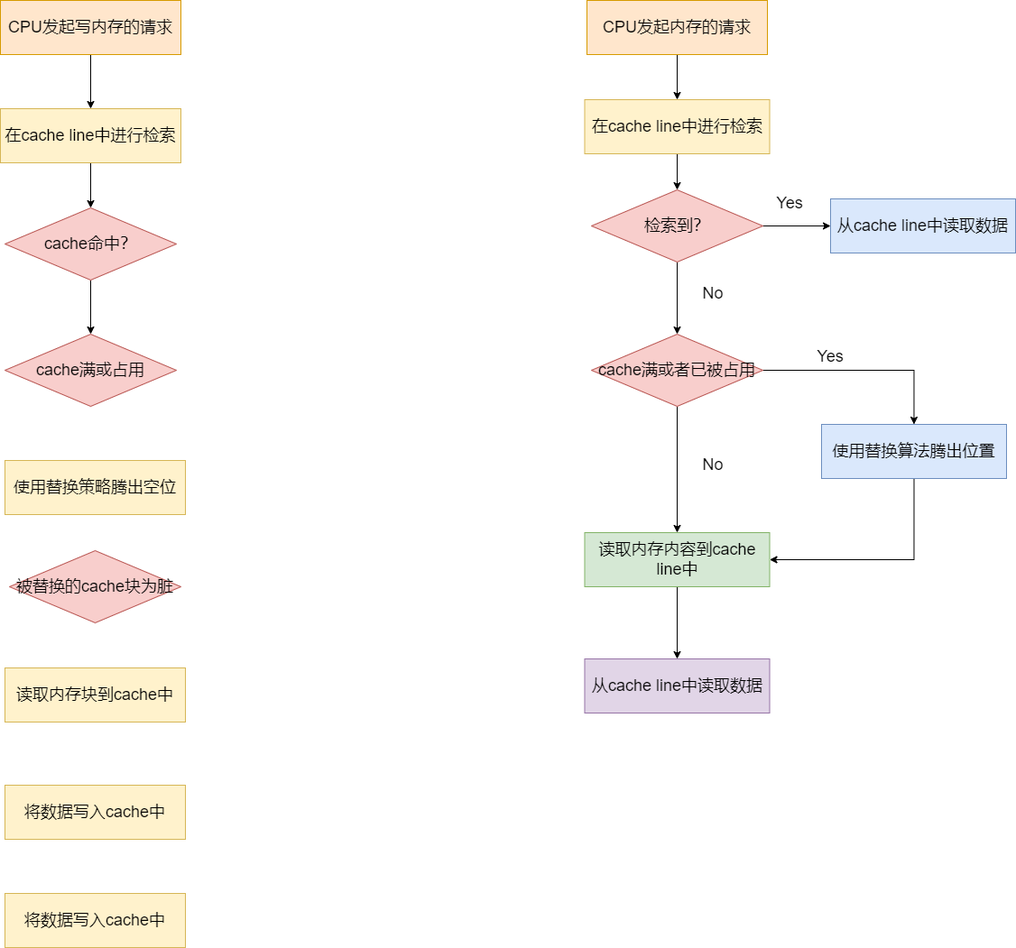
zgjsxx/static-img-repo keeps this draw.io diagram as blog/Linux/application-dev/CPU-cache-mesi/single_cpu_write_back.png. Above is the earlier version. Source tidied: cells renumbered, new cells last; positions are measured from the earlier drawing's top-left corner, leaving out a move shared by most shapes.
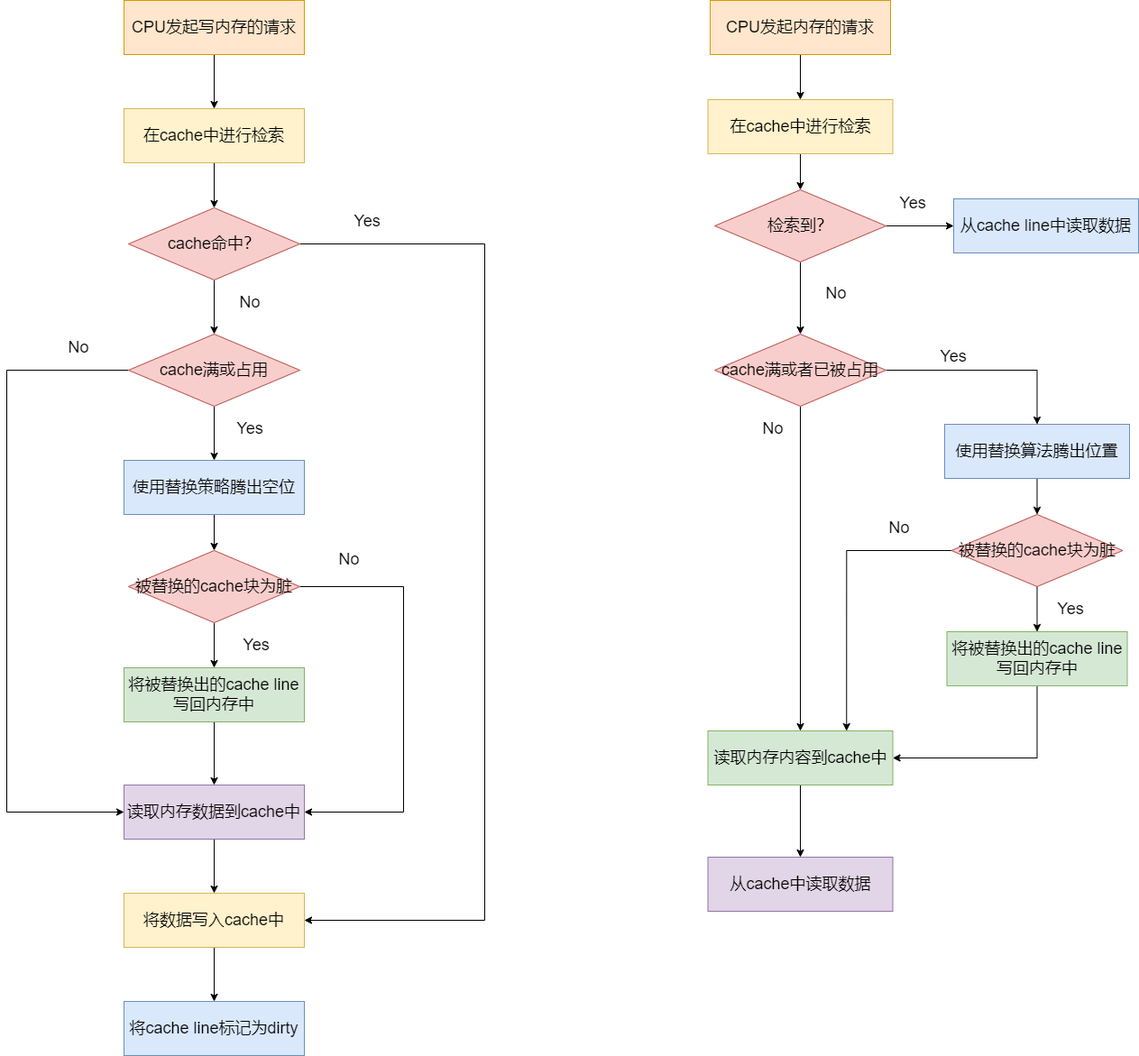
Later version of the same file.

The edit, as a diff of the source:
```diff
@@ -11,7 +11,7 @@
     <mxCell id="4" style="edgeStyle=orthogonalEdgeStyle;rounded=0;jettySize=auto;html=1;exitX=0.5;exitY=1;exitDx=0;exitDy=0;entryX=0.5;entryY=0;entryDx=0;entryDy=0;fontSize=18;" parent="1" edge="1" source="5" target="8">
       <mxGeometry relative="1" as="geometry" />
     </mxCell>
-    <mxCell id="5" value="&lt;span style=&quot;font-size: 18px;&quot;&gt;在cache line中进行检索&lt;/span&gt;" style="rounded=0;whiteSpace=wrap;html=1;fillColor=#fff2cc;strokeColor=#d6b656;" parent="1" vertex="1">
+    <mxCell id="5" value="&lt;span style=&quot;font-size: 18px;&quot;&gt;在cache中进行检索&lt;/span&gt;" style="rounded=0;whiteSpace=wrap;html=1;fillColor=#fff2cc;strokeColor=#d6b656;" parent="1" vertex="1">
       <mxGeometry x="647.5" y="110" width="205" height="60" as="geometry" />
     </mxCell>
     <mxCell id="6" style="edgeStyle=orthogonalEdgeStyle;rounded=0;jettySize=auto;html=1;exitX=1;exitY=0.5;exitDx=0;exitDy=0;entryX=0;entryY=0.5;entryDx=0;entryDy=0;fontSize=18;" parent="1" edge="1" source="8" target="9">
@@ -38,17 +38,17 @@
     <mxCell id="13" style="edgeStyle=orthogonalEdgeStyle;rounded=0;jettySize=auto;html=1;exitX=0.5;exitY=1;exitDx=0;exitDy=0;entryX=0.5;entryY=0;entryDx=0;entryDy=0;fontSize=18;" parent="1" edge="1" source="14" target="17">
       <mxGeometry relative="1" as="geometry" />
     </mxCell>
-    <mxCell id="14" value="&lt;span style=&quot;font-size: 18px;&quot;&gt;读取内存内容到cache line中&lt;/span&gt;" style="rounded=0;whiteSpace=wrap;html=1;fillColor=#d5e8d4;strokeColor=#82b366;" parent="1" vertex="1">
-      <mxGeometry x="647.5" y="590" width="205" height="60" as="geometry" />
+    <mxCell id="14" value="&lt;span style=&quot;font-size: 18px;&quot;&gt;读取内存内容到cache中&lt;/span&gt;" style="rounded=0;whiteSpace=wrap;html=1;fillColor=#d5e8d4;strokeColor=#82b366;" parent="1" vertex="1">
+      <mxGeometry x="647.5" y="810" width="205" height="60" as="geometry" />
     </mxCell>
-    <mxCell id="15" style="edgeStyle=orthogonalEdgeStyle;rounded=0;jettySize=auto;html=1;exitX=0.5;exitY=1;exitDx=0;exitDy=0;entryX=1;entryY=0.5;entryDx=0;entryDy=0;fontSize=18;" parent="1" edge="1" source="16" target="14">
-      <mxGeometry relative="1" as="geometry" />
-    </mxCell>
+    <mxCell id="34" style="edgeStyle=orthogonalEdgeStyle;rounded=0;jettySize=auto;html=1;exitX=0.5;exitY=1;exitDx=0;exitDy=0;entryX=0.5;entryY=0;entryDx=0;entryDy=0;" parent="1" edge="1" source="16" target="53">
+      <mxGeometry relative="1" as="geometry" />
+    </mxCell>
     <mxCell id="16" value="&lt;span style=&quot;font-size: 18px;&quot;&gt;使用替换算法腾出位置&lt;/span&gt;" style="rounded=0;whiteSpace=wrap;html=1;fillColor=#dae8fc;strokeColor=#6c8ebf;" parent="1" vertex="1">
       <mxGeometry x="910" y="470" width="205" height="60" as="geometry" />
     </mxCell>
-    <mxCell id="17" value="&lt;span style=&quot;font-size: 18px;&quot;&gt;从cache line中读取数据&lt;/span&gt;" style="rounded=0;whiteSpace=wrap;html=1;fillColor=#e1d5e7;strokeColor=#9673a6;" parent="1" vertex="1">
-      <mxGeometry x="647.5" y="730" width="205" height="60" as="geometry" />
+    <mxCell id="17" value="&lt;span style=&quot;font-size: 18px;&quot;&gt;从cache中读取数据&lt;/span&gt;" style="rounded=0;whiteSpace=wrap;html=1;fillColor=#e1d5e7;strokeColor=#9673a6;" parent="1" vertex="1">
+      <mxGeometry x="647.5" y="950" width="205" height="60" as="geometry" />
     </mxCell>
     <mxCell id="18" value="Yes" style="text;strokeColor=none;align=center;fillColor=none;html=1;verticalAlign=middle;whiteSpace=wrap;rounded=0;fontSize=18;" parent="1" vertex="1">
       <mxGeometry x="845" y="210" width="60" height="30" as="geometry" />
@@ -60,7 +60,7 @@
       <mxGeometry x="890" y="380" width="60" height="30" as="geometry" />
     </mxCell>
     <mxCell id="21" value="No" style="text;strokeColor=none;align=center;fillColor=none;html=1;verticalAlign=middle;whiteSpace=wrap;rounded=0;fontSize=18;" parent="1" vertex="1">
-      <mxGeometry x="760" y="500" width="60" height="30" as="geometry" />
+      <mxGeometry x="690" y="460" width="60" height="30" as="geometry" />
     </mxCell>
     <mxCell id="22" style="edgeStyle=orthogonalEdgeStyle;rounded=0;jettySize=auto;html=1;exitX=0.5;exitY=1;exitDx=0;exitDy=0;entryX=0.5;entryY=0;entryDx=0;entryDy=0;" parent="1" edge="1" source="23" target="25">
       <mxGeometry relative="1" as="geometry" />
@@ -71,32 +71,116 @@
     <mxCell id="24" style="edgeStyle=orthogonalEdgeStyle;rounded=0;jettySize=auto;html=1;exitX=0.5;exitY=1;exitDx=0;exitDy=0;entryX=0.5;entryY=0;entryDx=0;entryDy=0;" parent="1" edge="1" source="25" target="27">
       <mxGeometry relative="1" as="geometry" />
     </mxCell>
-    <mxCell id="25" value="&lt;span style=&quot;font-size: 18px;&quot;&gt;在cache line中进行检索&lt;/span&gt;" style="rounded=0;whiteSpace=wrap;html=1;fillColor=#fff2cc;strokeColor=#d6b656;" parent="1" vertex="1">
+    <mxCell id="25" value="&lt;span style=&quot;font-size: 18px;&quot;&gt;在cache中进行检索&lt;/span&gt;" style="rounded=0;whiteSpace=wrap;html=1;fillColor=#fff2cc;strokeColor=#d6b656;" parent="1" vertex="1">
       <mxGeometry y="120" width="200" height="60" as="geometry" />
     </mxCell>
     <mxCell id="26" style="edgeStyle=orthogonalEdgeStyle;rounded=0;jettySize=auto;html=1;exitX=0.5;exitY=1;exitDx=0;exitDy=0;entryX=0.5;entryY=0;entryDx=0;entryDy=0;" parent="1" edge="1" source="27" target="28">
       <mxGeometry relative="1" as="geometry" />
     </mxCell>
+    <mxCell id="35" style="edgeStyle=orthogonalEdgeStyle;rounded=0;jettySize=auto;html=1;exitX=1;exitY=0.5;exitDx=0;exitDy=0;entryX=1;entryY=0.5;entryDx=0;entryDy=0;" parent="1" edge="1" source="27" target="32">
+      <mxGeometry relative="1" as="geometry">
+        <Array as="points">
+          <mxPoint x="400" y="270" />
+          <mxPoint x="400" y="1020" />
+        </Array>
+      </mxGeometry>
+    </mxCell>
     <mxCell id="27" value="cache命中？" style="rhombus;whiteSpace=wrap;html=1;fontSize=18;fillColor=#f8cecc;strokeColor=#b85450;" parent="1" vertex="1">
       <mxGeometry x="5" y="230" width="190" height="80" as="geometry" />
     </mxCell>
+    <mxCell id="36" style="edgeStyle=orthogonalEdgeStyle;rounded=0;jettySize=auto;html=1;exitX=0.5;exitY=1;exitDx=0;exitDy=0;entryX=0.5;entryY=0;entryDx=0;entryDy=0;" parent="1" edge="1" source="28" target="29">
+      <mxGeometry relative="1" as="geometry" />
+    </mxCell>
+    <mxCell id="37" style="edgeStyle=orthogonalEdgeStyle;rounded=0;jettySize=auto;html=1;exitX=0;exitY=0.5;exitDx=0;exitDy=0;entryX=0;entryY=0.5;entryDx=0;entryDy=0;" parent="1" edge="1" source="28" target="47">
+      <mxGeometry relative="1" as="geometry">
+        <Array as="points">
+          <mxPoint x="-130" y="410" />
+          <mxPoint x="-130" y="900" />
+        </Array>
+      </mxGeometry>
+    </mxCell>
     <mxCell id="28" value="cache满或占用" style="rhombus;whiteSpace=wrap;html=1;fontSize=18;fillColor=#f8cecc;strokeColor=#b85450;" parent="1" vertex="1">
       <mxGeometry x="5" y="370" width="190" height="80" as="geometry" />
     </mxCell>
+    <mxCell id="38" style="edgeStyle=orthogonalEdgeStyle;rounded=0;jettySize=auto;html=1;exitX=0.5;exitY=1;exitDx=0;exitDy=0;entryX=0.5;entryY=0;entryDx=0;entryDy=0;" parent="1" edge="1" source="29" target="30">
+      <mxGeometry relative="1" as="geometry" />
+    </mxCell>
-    <mxCell id="29" value="&lt;span style=&quot;font-size: 18px;&quot;&gt;使用替换策略腾出空位&lt;/span&gt;" style="rounded=0;whiteSpace=wrap;html=1;fillColor=#fff2cc;strokeColor=#d6b656;" parent="1" vertex="1">
-      <mxGeometry x="5" y="510" width="200" height="60" as="geometry" />
+    <mxCell id="29" value="&lt;span style=&quot;font-size: 18px;&quot;&gt;使用替换策略腾出空位&lt;/span&gt;" style="rounded=0;whiteSpace=wrap;html=1;fillColor=#dae8fc;strokeColor=#6c8ebf;" parent="1" vertex="1">
+      <mxGeometry y="510" width="200" height="60" as="geometry" />
     </mxCell>
+    <mxCell id="39" style="edgeStyle=orthogonalEdgeStyle;rounded=0;jettySize=auto;html=1;exitX=0.5;exitY=1;exitDx=0;exitDy=0;entryX=0.5;entryY=0;entryDx=0;entryDy=0;" parent="1" edge="1" source="30" target="31">
+      <mxGeometry relative="1" as="geometry" />
+    </mxCell>
+    <mxCell id="40" style="edgeStyle=orthogonalEdgeStyle;rounded=0;jettySize=auto;html=1;exitX=1;exitY=0.5;exitDx=0;exitDy=0;entryX=1;entryY=0.5;entryDx=0;entryDy=0;" parent="1" edge="1" source="30" target="47">
+      <mxGeometry relative="1" as="geometry">
+        <Array as="points">
+          <mxPoint x="310" y="650" />
+          <mxPoint x="310" y="900" />
+        </Array>
+      </mxGeometry>
+    </mxCell>
     <mxCell id="30" value="被替换的cache块为脏" style="rhombus;whiteSpace=wrap;html=1;fontSize=18;fillColor=#f8cecc;strokeColor=#b85450;" parent="1" vertex="1">
-      <mxGeometry x="10" y="610" width="190" height="80" as="geometry" />
+      <mxGeometry x="5" y="610" width="190" height="80" as="geometry" />
     </mxCell>
+    <mxCell id="41" style="edgeStyle=orthogonalEdgeStyle;rounded=0;jettySize=auto;html=1;exitX=0.5;exitY=1;exitDx=0;exitDy=0;entryX=0.5;entryY=0;entryDx=0;entryDy=0;" parent="1" edge="1" source="31" target="47">
+      <mxGeometry relative="1" as="geometry" />
+    </mxCell>
-    <mxCell id="31" value="&lt;span style=&quot;font-size: 18px;&quot;&gt;读取内存块到cache中&lt;/span&gt;" style="rounded=0;whiteSpace=wrap;html=1;fillColor=#fff2cc;strokeColor=#d6b656;" parent="1" vertex="1">
-      <mxGeometry x="5" y="740" width="200" height="60" as="geometry" />
+    <mxCell id="31" value="&lt;span style=&quot;font-size: 18px;&quot;&gt;将被替换出的cache line写回内存中&lt;/span&gt;" style="rounded=0;whiteSpace=wrap;html=1;fillColor=#d5e8d4;strokeColor=#82b366;" parent="1" vertex="1">
+      <mxGeometry y="740" width="200" height="60" as="geometry" />
     </mxCell>
+    <mxCell id="42" style="edgeStyle=orthogonalEdgeStyle;rounded=0;jettySize=auto;html=1;exitX=0.5;exitY=1;exitDx=0;exitDy=0;entryX=0.5;entryY=0;entryDx=0;entryDy=0;" parent="1" edge="1" source="32" target="33">
+      <mxGeometry relative="1" as="geometry" />
+    </mxCell>
     <mxCell id="32" value="&lt;span style=&quot;font-size: 18px;&quot;&gt;将数据写入cache中&lt;/span&gt;" style="rounded=0;whiteSpace=wrap;html=1;fillColor=#fff2cc;strokeColor=#d6b656;" parent="1" vertex="1">
-      <mxGeometry x="5" y="870" width="200" height="60" as="geometry" />
+      <mxGeometry y="990" width="200" height="60" as="geometry" />
     </mxCell>
-    <mxCell id="33" value="&lt;span style=&quot;font-size: 18px;&quot;&gt;将数据写入cache中&lt;/span&gt;" style="rounded=0;whiteSpace=wrap;html=1;fillColor=#fff2cc;strokeColor=#d6b656;" parent="1" vertex="1">
-      <mxGeometry x="5" y="990" width="200" height="60" as="geometry" />
+    <mxCell id="33" value="&lt;span style=&quot;font-size: 18px;&quot;&gt;将cache line标记为dirty&lt;/span&gt;" style="rounded=0;whiteSpace=wrap;html=1;fillColor=#dae8fc;strokeColor=#6c8ebf;" parent="1" vertex="1">
+      <mxGeometry y="1110" width="200" height="60" as="geometry" />
     </mxCell>
+    <mxCell id="43" value="Yes" style="text;strokeColor=none;align=center;fillColor=none;html=1;verticalAlign=middle;whiteSpace=wrap;rounded=0;fontSize=18;" parent="1" vertex="1">
+      <mxGeometry x="110" y="460" width="60" height="30" as="geometry" />
+    </mxCell>
+    <mxCell id="44" value="No" style="text;strokeColor=none;align=center;fillColor=none;html=1;verticalAlign=middle;whiteSpace=wrap;rounded=0;fontSize=18;" parent="1" vertex="1">
+      <mxGeometry x="110" y="320" width="60" height="30" as="geometry" />
+    </mxCell>
+    <mxCell id="45" value="Yes" style="text;strokeColor=none;align=center;fillColor=none;html=1;verticalAlign=middle;whiteSpace=wrap;rounded=0;fontSize=18;" parent="1" vertex="1">
+      <mxGeometry x="117" y="700" width="60" height="30" as="geometry" />
+    </mxCell>
+    <mxCell id="46" style="edgeStyle=orthogonalEdgeStyle;rounded=0;jettySize=auto;html=1;exitX=0.5;exitY=1;exitDx=0;exitDy=0;entryX=0.5;entryY=0;entryDx=0;entryDy=0;" parent="1" edge="1" source="47" target="32">
+      <mxGeometry relative="1" as="geometry" />
+    </mxCell>
+    <mxCell id="47" value="&lt;span style=&quot;font-size: 18px;&quot;&gt;读取内存数据到cache中&lt;/span&gt;" style="rounded=0;whiteSpace=wrap;html=1;fillColor=#e1d5e7;strokeColor=#9673a6;" parent="1" vertex="1">
+      <mxGeometry y="870" width="200" height="60" as="geometry" />
+    </mxCell>
+    <mxCell id="48" value="Yes" style="text;strokeColor=none;align=center;fillColor=none;html=1;verticalAlign=middle;whiteSpace=wrap;rounded=0;fontSize=18;" parent="1" vertex="1">
+      <mxGeometry x="240" y="230" width="60" height="30" as="geometry" />
+    </mxCell>
+    <mxCell id="49" value="No" style="text;strokeColor=none;align=center;fillColor=none;html=1;verticalAlign=middle;whiteSpace=wrap;rounded=0;fontSize=18;" parent="1" vertex="1">
+      <mxGeometry x="-80" y="370" width="60" height="30" as="geometry" />
+    </mxCell>
+    <mxCell id="50" value="No" style="text;strokeColor=none;align=center;fillColor=none;html=1;verticalAlign=middle;whiteSpace=wrap;rounded=0;fontSize=18;" parent="1" vertex="1">
+      <mxGeometry x="220" y="605" width="60" height="30" as="geometry" />
+    </mxCell>
+    <mxCell id="51" style="edgeStyle=orthogonalEdgeStyle;rounded=0;jettySize=auto;html=1;exitX=0.5;exitY=1;exitDx=0;exitDy=0;entryX=0.5;entryY=0;entryDx=0;entryDy=0;" parent="1" edge="1" source="53" target="55">
+      <mxGeometry relative="1" as="geometry" />
+    </mxCell>
+    <mxCell id="52" style="edgeStyle=orthogonalEdgeStyle;rounded=0;jettySize=auto;html=1;exitX=0;exitY=0.5;exitDx=0;exitDy=0;entryX=0.75;entryY=0;entryDx=0;entryDy=0;" parent="1" edge="1" source="53" target="14">
+      <mxGeometry relative="1" as="geometry" />
+    </mxCell>
+    <mxCell id="53" value="被替换的cache块为脏" style="rhombus;whiteSpace=wrap;html=1;fontSize=18;fillColor=#f8cecc;strokeColor=#b85450;" parent="1" vertex="1">
+      <mxGeometry x="917.5" y="570" width="190" height="80" as="geometry" />
+    </mxCell>
+    <mxCell id="54" style="edgeStyle=orthogonalEdgeStyle;rounded=0;jettySize=auto;html=1;exitX=0.5;exitY=1;exitDx=0;exitDy=0;entryX=1;entryY=0.5;entryDx=0;entryDy=0;" parent="1" edge="1" source="55" target="14">
+      <mxGeometry relative="1" as="geometry" />
+    </mxCell>
+    <mxCell id="55" value="&lt;span style=&quot;font-size: 18px;&quot;&gt;将被替换出的cache line写回内存中&lt;/span&gt;" style="rounded=0;whiteSpace=wrap;html=1;fillColor=#d5e8d4;strokeColor=#82b366;" parent="1" vertex="1">
+      <mxGeometry x="912.5" y="700" width="200" height="60" as="geometry" />
+    </mxCell>
+    <mxCell id="56" value="Yes" style="text;strokeColor=none;align=center;fillColor=none;html=1;verticalAlign=middle;whiteSpace=wrap;rounded=0;fontSize=18;" parent="1" vertex="1">
+      <mxGeometry x="1020" y="660" width="60" height="30" as="geometry" />
+    </mxCell>
+    <mxCell id="57" value="No" style="text;strokeColor=none;align=center;fillColor=none;html=1;verticalAlign=middle;whiteSpace=wrap;rounded=0;fontSize=18;" parent="1" vertex="1">
+      <mxGeometry x="830" y="570" width="60" height="30" as="geometry" />
+    </mxCell>
   </root>
 </mxGraphModel>
```
